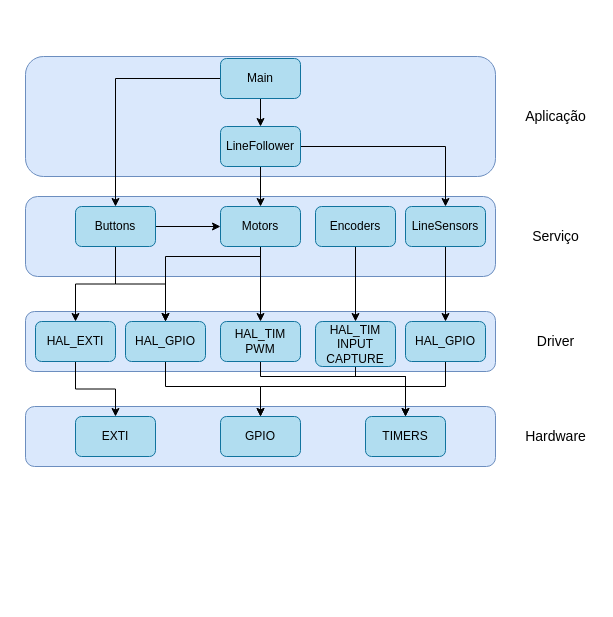
Above: Diagrama de Camadas.drawio in gabrielhaj/ES070 (draw.io), before the change. Source tidied: cells renumbered, new cells numbered last; positions are measured from the earlier drawing's top-left corner, leaving out a move shared by most shapes. Both pictures are drawn from the tidied source at 100%, with x=0, y=0 at pixel (25, 56).
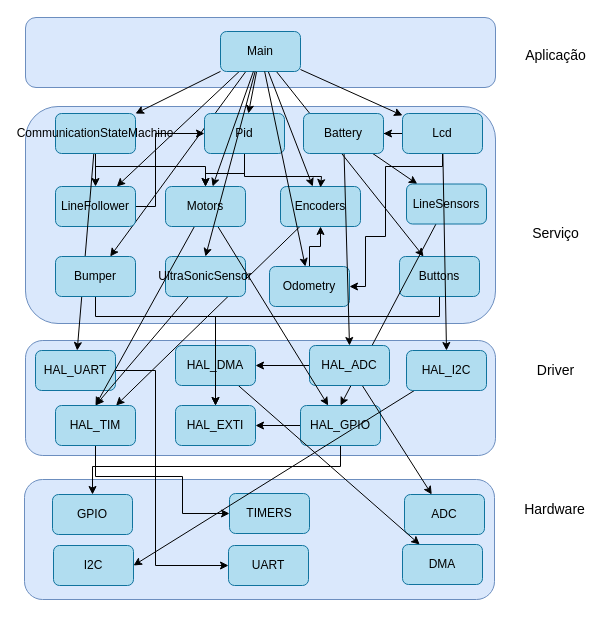
After the change.

Diff of the diagram source:
```diff
@@
     <mxCell id="2" style="group;" parent="1" vertex="1">
-      <mxGeometry y="350" width="570" height="60" as="geometry" />
+      <mxGeometry x="-1" y="423" width="570" height="120" as="geometry" />
     </mxCell>
@@
     <mxCell id="4" style="rounded=1;whiteSpace=wrap;html=1;fillColor=#dae8fc;strokeColor=#6c8ebf;" parent="2" vertex="1">
-      <mxGeometry width="470" height="60" as="geometry" />
+      <mxGeometry width="470" height="120" as="geometry" />
     </mxCell>
-    <mxCell id="5" value="EXTI" style="rounded=1;whiteSpace=wrap;html=1;fillColor=#b1ddf0;strokeColor=#10739e;" parent="2" vertex="1">
-      <mxGeometry x="50" y="10" width="80" height="40" as="geometry" />
-    </mxCell>
     <mxCell id="6" value="GPIO" style="rounded=1;whiteSpace=wrap;html=1;fillColor=#b1ddf0;strokeColor=#10739e;" parent="2" vertex="1">
-      <mxGeometry x="195" y="10" width="80" height="40" as="geometry" />
+      <mxGeometry x="28" y="15" width="80" height="40" as="geometry" />
     </mxCell>
-    <mxCell id="7" value="TIMERS" style="rounded=1;whiteSpace=wrap;html=1;fillColor=#b1ddf0;strokeColor=#10739e;" parent="2" vertex="1">
-      <mxGeometry x="340" y="10" width="80" height="40" as="geometry" />
-    </mxCell>
+    <mxCell id="41" value="I2C" style="rounded=1;whiteSpace=wrap;html=1;fillColor=#b1ddf0;strokeColor=#10739e;" parent="2" vertex="1">
+      <mxGeometry x="29" y="66" width="80" height="40" as="geometry" />
+    </mxCell>
+    <mxCell id="42" value="UART" style="rounded=1;whiteSpace=wrap;html=1;fillColor=#b1ddf0;strokeColor=#10739e;" parent="2" vertex="1">
+      <mxGeometry x="204" y="66" width="80" height="40" as="geometry" />
+    </mxCell>
+    <mxCell id="43" value="ADC" style="rounded=1;whiteSpace=wrap;html=1;fillColor=#b1ddf0;strokeColor=#10739e;" parent="2" vertex="1">
+      <mxGeometry x="380" y="15" width="80" height="40" as="geometry" />
+    </mxCell>
     <mxCell id="8" style="rounded=1;whiteSpace=wrap;html=1;fillColor=#dae8fc;strokeColor=#6c8ebf;" parent="1" vertex="1">
-      <mxGeometry y="140" width="470" height="80" as="geometry" />
+      <mxGeometry y="50" width="470" height="217" as="geometry" />
     </mxCell>
     <mxCell id="9" style="rounded=1;whiteSpace=wrap;html=1;fillColor=#dae8fc;strokeColor=#6c8ebf;" parent="1" vertex="1">
-      <mxGeometry width="470" height="120" as="geometry" />
+      <mxGeometry y="-39" width="470" height="70" as="geometry" />
     </mxCell>
     <mxCell id="10" style="rounded=1;whiteSpace=wrap;html=1;fillColor=#dae8fc;strokeColor=#6c8ebf;" parent="1" vertex="1">
-      <mxGeometry y="255" width="470" height="60" as="geometry" />
+      <mxGeometry y="284" width="470" height="115" as="geometry" />
     </mxCell>
     <mxCell id="11" value="&lt;font style=&quot;font-size: 14px;&quot;&gt;Aplicação&lt;/font&gt;" style="text;html=1;align=center;verticalAlign=middle;strokeColor=none;fillColor=none;" parent="1" vertex="1">
-      <mxGeometry x="490" y="45" width="80" height="30" as="geometry" />
+      <mxGeometry x="490" y="-16" width="80" height="30" as="geometry" />
     </mxCell>
     <mxCell id="12" value="&lt;font style=&quot;font-size: 14px;&quot;&gt;Driver&lt;/font&gt;" style="text;html=1;align=center;verticalAlign=middle;strokeColor=none;fillColor=none;" parent="1" vertex="1">
-      <mxGeometry x="500" y="270" width="60" height="30" as="geometry" />
+      <mxGeometry x="500" y="299" width="60" height="30" as="geometry" />
     </mxCell>
-    <mxCell id="13" style="edgeStyle=orthogonalEdgeStyle;rounded=0;jettySize=auto;html=1;" parent="1" edge="1" source="15" target="18">
-      <mxGeometry relative="1" as="geometry">
-        <Array as="points">
-          <mxPoint x="235" y="70" />
-          <mxPoint x="235" y="70" />
-        </Array>
-      </mxGeometry>
+    <mxCell id="13" style="rounded=0;jettySize=auto;html=1;" parent="1" edge="1" source="15" target="18">
+      <mxGeometry relative="1" as="geometry" />
     </mxCell>
+    <mxCell id="44" style="rounded=0;jettySize=auto;html=1;" parent="1" edge="1" source="15" target="77">
+      <mxGeometry relative="1" as="geometry" />
+    </mxCell>
-    <mxCell id="14" style="edgeStyle=orthogonalEdgeStyle;rounded=0;jettySize=auto;html=1;entryX=0.5;entryY=0;entryDx=0;entryDy=0;" parent="1" edge="1" source="15" target="26">
+    <mxCell id="14" style="rounded=0;jettySize=auto;html=1;" parent="1" edge="1" source="15" target="26">
       <mxGeometry relative="1" as="geometry" />
     </mxCell>
+    <mxCell id="45" style="rounded=0;jettySize=auto;html=1;" parent="1" edge="1" source="82" target="28">
+      <mxGeometry relative="1" as="geometry" />
+    </mxCell>
+    <mxCell id="46" style="rounded=0;jettySize=auto;html=1;" parent="1" edge="1" source="15" target="71">
+      <mxGeometry relative="1" as="geometry" />
+    </mxCell>
+    <mxCell id="47" style="rounded=0;jettySize=auto;html=1;" parent="1" edge="1" source="15" target="30">
+      <mxGeometry relative="1" as="geometry" />
+    </mxCell>
+    <mxCell id="48" style="rounded=0;jettySize=auto;html=1;" parent="1" edge="1" source="15" target="79">
+      <mxGeometry relative="1" as="geometry" />
+    </mxCell>
+    <mxCell id="49" style="rounded=0;jettySize=auto;html=1;" parent="1" edge="1" source="15" target="66">
+      <mxGeometry relative="1" as="geometry" />
+    </mxCell>
     <mxCell id="15" value="Main" style="rounded=1;whiteSpace=wrap;html=1;fillColor=#b1ddf0;strokeColor=#10739e;" parent="1" vertex="1">
-      <mxGeometry x="195" y="2" width="80" height="40" as="geometry" />
+      <mxGeometry x="195" y="-25" width="80" height="40" as="geometry" />
     </mxCell>
-    <mxCell id="16" style="edgeStyle=orthogonalEdgeStyle;rounded=0;jettySize=auto;html=1;entryX=0.5;entryY=0;entryDx=0;entryDy=0;" parent="1" edge="1" source="18" target="22">
-      <mxGeometry relative="1" as="geometry">
-        <Array as="points">
-          <mxPoint x="235" y="90" />
-        </Array>
-      </mxGeometry>
-    </mxCell>
-    <mxCell id="17" style="edgeStyle=orthogonalEdgeStyle;rounded=0;jettySize=auto;html=1;" parent="1" edge="1" source="18" target="28">
-      <mxGeometry relative="1" as="geometry" />
-    </mxCell>
+    <mxCell id="50" style="edgeStyle=orthogonalEdgeStyle;rounded=0;jettySize=auto;html=1;entryX=0;entryY=0.5;entryDx=0;entryDy=0;" parent="1" edge="1" source="18" target="71">
+      <mxGeometry relative="1" as="geometry">
+        <Array as="points">
+          <mxPoint x="130" y="150" />
+          <mxPoint x="130" y="77" />
+        </Array>
+      </mxGeometry>
+    </mxCell>
     <mxCell id="18" value="LineFollower" style="rounded=1;whiteSpace=wrap;html=1;fillColor=#b1ddf0;strokeColor=#10739e;" parent="1" vertex="1">
-      <mxGeometry x="195" y="70" width="80" height="40" as="geometry" />
+      <mxGeometry x="30" y="130" width="80" height="40" as="geometry" />
     </mxCell>
     <mxCell id="19" value="&lt;font style=&quot;font-size: 14px;&quot;&gt;Serviço&lt;/font&gt;" style="text;html=1;align=center;verticalAlign=middle;strokeColor=none;fillColor=none;" parent="1" vertex="1">
-      <mxGeometry x="495" y="165" width="70" height="30" as="geometry" />
+      <mxGeometry x="495" y="162" width="70" height="30" as="geometry" />
     </mxCell>
-    <mxCell id="20" style="edgeStyle=orthogonalEdgeStyle;rounded=0;jettySize=auto;html=1;entryX=0.5;entryY=0;entryDx=0;entryDy=0;" parent="1" edge="1" source="22" target="34">
-      <mxGeometry relative="1" as="geometry" />
-    </mxCell>
-    <mxCell id="21" style="edgeStyle=orthogonalEdgeStyle;rounded=0;jettySize=auto;html=1;entryX=0.5;entryY=0;entryDx=0;entryDy=0;" parent="1" edge="1" source="22" target="32">
-      <mxGeometry relative="1" as="geometry">
-        <Array as="points">
-          <mxPoint x="235" y="200" />
-          <mxPoint x="140" y="200" />
-        </Array>
-      </mxGeometry>
-    </mxCell>
-    <mxCell id="22" value="Motors" style="rounded=1;whiteSpace=wrap;html=1;fillColor=#b1ddf0;strokeColor=#10739e;" parent="1" vertex="1">
-      <mxGeometry x="195" y="150" width="80" height="40" as="geometry" />
-    </mxCell>
-    <mxCell id="23" style="edgeStyle=orthogonalEdgeStyle;rounded=0;jettySize=auto;html=1;entryX=0;entryY=0.5;entryDx=0;entryDy=0;" parent="1" edge="1" source="26" target="22">
-      <mxGeometry relative="1" as="geometry" />
-    </mxCell>
-    <mxCell id="24" style="edgeStyle=orthogonalEdgeStyle;rounded=0;jettySize=auto;html=1;" parent="1" edge="1" source="26" target="40">
-      <mxGeometry relative="1" as="geometry" />
+    <mxCell id="24" style="edgeStyle=orthogonalEdgeStyle;rounded=0;jettySize=auto;html=1;entryX=0.5;entryY=0;entryDx=0;entryDy=0;" parent="1" edge="1" source="26" target="40">
+      <mxGeometry relative="1" as="geometry">
+        <Array as="points">
+          <mxPoint x="414" y="260" />
+          <mxPoint x="190" y="260" />
+        </Array>
+      </mxGeometry>
     </mxCell>
-    <mxCell id="25" style="edgeStyle=orthogonalEdgeStyle;rounded=0;jettySize=auto;html=1;entryX=0.5;entryY=0;entryDx=0;entryDy=0;" parent="1" edge="1" source="26" target="32">
-      <mxGeometry relative="1" as="geometry" />
-    </mxCell>
     <mxCell id="26" value="Buttons" style="rounded=1;whiteSpace=wrap;html=1;fillColor=#b1ddf0;strokeColor=#10739e;" parent="1" vertex="1">
-      <mxGeometry x="50" y="150" width="80" height="40" as="geometry" />
+      <mxGeometry x="374" y="200" width="80" height="40" as="geometry" />
     </mxCell>
-    <mxCell id="27" style="edgeStyle=orthogonalEdgeStyle;rounded=0;jettySize=auto;html=1;entryX=0.5;entryY=0;entryDx=0;entryDy=0;" parent="1" edge="1" source="28" target="38">
-      <mxGeometry relative="1" as="geometry" />
-    </mxCell>
+    <mxCell id="51" style="rounded=0;jettySize=auto;html=1;entryX=0.5;entryY=0;entryDx=0;entryDy=0;" parent="1" edge="1" source="28" target="32">
+      <mxGeometry relative="1" as="geometry" />
+    </mxCell>
     <mxCell id="28" value="LineSensors" style="rounded=1;whiteSpace=wrap;html=1;fillColor=#b1ddf0;strokeColor=#10739e;" parent="1" vertex="1">
-      <mxGeometry x="380" y="150" width="80" height="40" as="geometry" />
+      <mxGeometry x="381" y="127.5" width="80" height="40" as="geometry" />
     </mxCell>
-    <mxCell id="29" style="edgeStyle=orthogonalEdgeStyle;rounded=0;jettySize=auto;html=1;entryX=0.5;entryY=0;entryDx=0;entryDy=0;" parent="1" edge="1" source="30" target="36">
-      <mxGeometry relative="1" as="geometry" />
-    </mxCell>
+    <mxCell id="52" style="rounded=0;jettySize=auto;html=1;" parent="1" edge="1" source="30" target="34">
+      <mxGeometry relative="1" as="geometry" />
+    </mxCell>
     <mxCell id="30" value="Encoders" style="rounded=1;whiteSpace=wrap;html=1;fillColor=#b1ddf0;strokeColor=#10739e;" parent="1" vertex="1">
-      <mxGeometry x="290" y="150" width="80" height="40" as="geometry" />
+      <mxGeometry x="255" y="130" width="80" height="40" as="geometry" />
     </mxCell>
+    <mxCell id="53" style="edgeStyle=orthogonalEdgeStyle;rounded=0;jettySize=auto;html=1;" parent="1" edge="1" source="32" target="40">
+      <mxGeometry relative="1" as="geometry" />
+    </mxCell>
     <mxCell id="31" style="edgeStyle=orthogonalEdgeStyle;rounded=0;jettySize=auto;html=1;" parent="1" edge="1" source="32" target="6">
       <mxGeometry relative="1" as="geometry">
         <Array as="points">
-          <mxPoint x="140" y="330" />
-          <mxPoint x="235" y="330" />
+          <mxPoint x="315" y="410" />
+          <mxPoint x="67" y="410" />
         </Array>
       </mxGeometry>
     </mxCell>
     <mxCell id="32" value="HAL_GPIO" style="rounded=1;whiteSpace=wrap;html=1;fillColor=#b1ddf0;strokeColor=#10739e;" parent="1" vertex="1">
-      <mxGeometry x="100" y="265" width="80" height="40" as="geometry" />
+      <mxGeometry x="275" y="349" width="80" height="40" as="geometry" />
     </mxCell>
-    <mxCell id="33" style="edgeStyle=orthogonalEdgeStyle;rounded=0;jettySize=auto;html=1;entryX=0.5;entryY=0;entryDx=0;entryDy=0;" parent="1" edge="1" source="34" target="7">
+    <mxCell id="33" style="edgeStyle=orthogonalEdgeStyle;rounded=0;jettySize=auto;html=1;entryX=0;entryY=0.5;entryDx=0;entryDy=0;" parent="1" edge="1" source="34" target="7">
       <mxGeometry relative="1" as="geometry">
         <Array as="points">
-          <mxPoint x="235" y="320" />
-          <mxPoint x="380" y="320" />
+          <mxPoint x="70" y="420" />
+          <mxPoint x="157" y="420" />
+          <mxPoint x="157" y="457" />
         </Array>
       </mxGeometry>
     </mxCell>
-    <mxCell id="34" value="&lt;div&gt;HAL_TIM&lt;/div&gt;&lt;div&gt;PWM&lt;/div&gt;" style="rounded=1;whiteSpace=wrap;html=1;fillColor=#b1ddf0;strokeColor=#10739e;" parent="1" vertex="1">
-      <mxGeometry x="195" y="265" width="80" height="40" as="geometry" />
+    <mxCell id="34" value="HAL_TIM" style="rounded=1;whiteSpace=wrap;html=1;fillColor=#b1ddf0;strokeColor=#10739e;" parent="1" vertex="1">
+      <mxGeometry x="30" y="349" width="80" height="40" as="geometry" />
     </mxCell>
-    <mxCell id="35" style="edgeStyle=orthogonalEdgeStyle;rounded=0;jettySize=auto;html=1;entryX=0.5;entryY=0;entryDx=0;entryDy=0;" parent="1" edge="1" source="36" target="7">
-      <mxGeometry relative="1" as="geometry">
-        <Array as="points">
-          <mxPoint x="330" y="320" />
-          <mxPoint x="380" y="320" />
-        </Array>
-      </mxGeometry>
-    </mxCell>
-    <mxCell id="36" value="&lt;div&gt;HAL_TIM&lt;/div&gt;&lt;div&gt;INPUT CAPTURE&lt;br&gt;&lt;/div&gt;" style="rounded=1;whiteSpace=wrap;html=1;fillColor=#b1ddf0;strokeColor=#10739e;" parent="1" vertex="1">
-      <mxGeometry x="290" y="265" width="80" height="45" as="geometry" />
-    </mxCell>
-    <mxCell id="37" style="edgeStyle=orthogonalEdgeStyle;rounded=0;jettySize=auto;html=1;" parent="1" edge="1" source="38" target="6">
-      <mxGeometry relative="1" as="geometry">
-        <Array as="points">
-          <mxPoint x="420" y="330" />
-          <mxPoint x="235" y="330" />
-        </Array>
-      </mxGeometry>
-    </mxCell>
+    <mxCell id="54" style="edgeStyle=orthogonalEdgeStyle;rounded=0;jettySize=auto;html=1;" parent="1" edge="1" source="38" target="58">
+      <mxGeometry relative="1" as="geometry" />
+    </mxCell>
+    <mxCell id="55" style="rounded=0;jettySize=auto;html=1;" parent="1" edge="1" source="38" target="43">
+      <mxGeometry relative="1" as="geometry" />
+    </mxCell>
-    <mxCell id="38" value="HAL_GPIO" style="rounded=1;whiteSpace=wrap;html=1;fillColor=#b1ddf0;strokeColor=#10739e;" parent="1" vertex="1">
-      <mxGeometry x="380" y="265" width="80" height="40" as="geometry" />
+    <mxCell id="38" value="HAL_ADC" style="rounded=1;whiteSpace=wrap;html=1;fillColor=#b1ddf0;strokeColor=#10739e;" parent="1" vertex="1">
+      <mxGeometry x="284" y="289" width="80" height="40" as="geometry" />
     </mxCell>
-    <mxCell id="39" style="edgeStyle=orthogonalEdgeStyle;rounded=0;jettySize=auto;html=1;entryX=0.5;entryY=0;entryDx=0;entryDy=0;" parent="1" edge="1" source="40" target="5">
-      <mxGeometry relative="1" as="geometry" />
-    </mxCell>
+    <mxCell id="56" value="DMA" style="rounded=1;whiteSpace=wrap;html=1;fillColor=#b1ddf0;strokeColor=#10739e;" parent="1" vertex="1">
+      <mxGeometry x="377" y="488" width="80" height="40" as="geometry" />
+    </mxCell>
     <mxCell id="40" value="HAL_EXTI" style="rounded=1;whiteSpace=wrap;html=1;fillColor=#b1ddf0;strokeColor=#10739e;" parent="1" vertex="1">
-      <mxGeometry x="10" y="265" width="80" height="40" as="geometry" />
+      <mxGeometry x="150" y="349" width="80" height="40" as="geometry" />
     </mxCell>
+    <mxCell id="7" value="TIMERS" style="rounded=1;whiteSpace=wrap;html=1;fillColor=#b1ddf0;strokeColor=#10739e;" parent="1" vertex="1">
+      <mxGeometry x="204" y="437" width="80" height="40" as="geometry" />
+    </mxCell>
+    <mxCell id="57" style="rounded=0;jettySize=auto;html=1;" parent="1" edge="1" source="58" target="56">
+      <mxGeometry relative="1" as="geometry" />
+    </mxCell>
+    <mxCell id="58" value="HAL_DMA" style="rounded=1;whiteSpace=wrap;html=1;fillColor=#b1ddf0;strokeColor=#10739e;" parent="1" vertex="1">
+      <mxGeometry x="150" y="289" width="80" height="40" as="geometry" />
+    </mxCell>
+    <mxCell id="59" style="rounded=0;jettySize=auto;html=1;entryX=1;entryY=0.5;entryDx=0;entryDy=0;" parent="1" edge="1" source="60" target="41">
+      <mxGeometry relative="1" as="geometry" />
+    </mxCell>
+    <mxCell id="60" value="HAL_I2C" style="rounded=1;whiteSpace=wrap;html=1;fillColor=#b1ddf0;strokeColor=#10739e;" parent="1" vertex="1">
+      <mxGeometry x="381" y="294" width="80" height="40" as="geometry" />
+    </mxCell>
+    <mxCell id="61" style="edgeStyle=orthogonalEdgeStyle;rounded=0;jettySize=auto;html=1;entryX=0;entryY=0.5;entryDx=0;entryDy=0;" parent="1" edge="1" source="62" target="42">
+      <mxGeometry relative="1" as="geometry">
+        <Array as="points">
+          <mxPoint x="130" y="314" />
+          <mxPoint x="130" y="509" />
+        </Array>
+      </mxGeometry>
+    </mxCell>
+    <mxCell id="62" value="&lt;div&gt;HAL_UART&lt;/div&gt;" style="rounded=1;whiteSpace=wrap;html=1;fillColor=#b1ddf0;strokeColor=#10739e;" parent="1" vertex="1">
+      <mxGeometry x="10" y="294" width="80" height="40" as="geometry" />
+    </mxCell>
+    <mxCell id="63" style="edgeStyle=orthogonalEdgeStyle;rounded=0;jettySize=auto;html=1;entryX=1;entryY=0.5;entryDx=0;entryDy=0;" parent="1" edge="1" source="66" target="68">
+      <mxGeometry relative="1" as="geometry">
+        <Array as="points">
+          <mxPoint x="417" y="110" />
+          <mxPoint x="360" y="110" />
+          <mxPoint x="360" y="180" />
+          <mxPoint x="340" y="180" />
+          <mxPoint x="340" y="230" />
+        </Array>
+      </mxGeometry>
+    </mxCell>
+    <mxCell id="64" style="edgeStyle=orthogonalEdgeStyle;rounded=0;jettySize=auto;html=1;entryX=1;entryY=0.5;entryDx=0;entryDy=0;" parent="1" edge="1" source="66" target="82">
+      <mxGeometry relative="1" as="geometry" />
+    </mxCell>
+    <mxCell id="65" style="rounded=0;jettySize=auto;html=1;entryX=0.5;entryY=0;entryDx=0;entryDy=0;" parent="1" edge="1" source="66" target="60">
+      <mxGeometry relative="1" as="geometry" />
+    </mxCell>
+    <mxCell id="66" value="Lcd" style="rounded=1;whiteSpace=wrap;html=1;fillColor=#b1ddf0;strokeColor=#10739e;" parent="1" vertex="1">
+      <mxGeometry x="377" y="57" width="80" height="40" as="geometry" />
+    </mxCell>
+    <mxCell id="67" style="edgeStyle=orthogonalEdgeStyle;rounded=0;jettySize=auto;html=1;entryX=0.5;entryY=1;entryDx=0;entryDy=0;" parent="1" edge="1" source="68" target="30">
+      <mxGeometry relative="1" as="geometry" />
+    </mxCell>
+    <mxCell id="68" value="Odometry" style="rounded=1;whiteSpace=wrap;html=1;fillColor=#b1ddf0;strokeColor=#10739e;" parent="1" vertex="1">
+      <mxGeometry x="244" y="210" width="80" height="40" as="geometry" />
+    </mxCell>
+    <mxCell id="69" style="edgeStyle=orthogonalEdgeStyle;rounded=0;jettySize=auto;html=1;" parent="1" edge="1" source="71" target="22">
+      <mxGeometry relative="1" as="geometry" />
+    </mxCell>
+    <mxCell id="70" style="edgeStyle=orthogonalEdgeStyle;rounded=0;orthogonalLoop=1;jettySize=auto;html=1;entryX=0.5;entryY=0;entryDx=0;entryDy=0;" parent="1" edge="1">
+      <mxGeometry relative="1" as="geometry">
+        <mxPoint x="219" y="98" as="sourcePoint" />
+        <mxPoint x="295" y="131" as="targetPoint" />
+        <Array as="points">
+          <mxPoint x="219" y="120" />
+          <mxPoint x="296" y="120" />
+          <mxPoint x="296" y="131" />
+        </Array>
+      </mxGeometry>
+    </mxCell>
+    <mxCell id="71" value="Pid" style="rounded=1;whiteSpace=wrap;html=1;fillColor=#b1ddf0;strokeColor=#10739e;" parent="1" vertex="1">
+      <mxGeometry x="179" y="57" width="80" height="40" as="geometry" />
+    </mxCell>
+    <mxCell id="72" style="rounded=0;jettySize=auto;html=1;entryX=0.5;entryY=0;entryDx=0;entryDy=0;" parent="1" edge="1" source="73" target="34">
+      <mxGeometry relative="1" as="geometry" />
+    </mxCell>
+    <mxCell id="73" value="UltraSonicSensor" style="rounded=1;whiteSpace=wrap;html=1;fillColor=#b1ddf0;strokeColor=#10739e;" parent="1" vertex="1">
+      <mxGeometry x="140" y="200" width="80" height="40" as="geometry" />
+    </mxCell>
+    <mxCell id="74" style="edgeStyle=orthogonalEdgeStyle;rounded=0;jettySize=auto;html=1;entryX=0.5;entryY=0;entryDx=0;entryDy=0;" parent="1" edge="1" source="77" target="18">
+      <mxGeometry relative="1" as="geometry" />
+    </mxCell>
+    <mxCell id="75" style="edgeStyle=orthogonalEdgeStyle;rounded=0;jettySize=auto;html=1;entryX=0.5;entryY=0;entryDx=0;entryDy=0;" parent="1" edge="1" source="77" target="22">
+      <mxGeometry relative="1" as="geometry">
+        <Array as="points">
+          <mxPoint x="70" y="110" />
+          <mxPoint x="180" y="110" />
+        </Array>
+      </mxGeometry>
+    </mxCell>
+    <mxCell id="76" style="rounded=0;jettySize=auto;html=1;" parent="1" edge="1" source="77" target="62">
+      <mxGeometry relative="1" as="geometry" />
+    </mxCell>
+    <mxCell id="77" value="&lt;div&gt;CommunicationStateMachine&lt;/div&gt;" style="rounded=1;whiteSpace=wrap;html=1;fillColor=#b1ddf0;strokeColor=#10739e;" parent="1" vertex="1">
+      <mxGeometry x="30" y="57" width="80" height="40" as="geometry" />
+    </mxCell>
+    <mxCell id="78" style="edgeStyle=orthogonalEdgeStyle;rounded=0;jettySize=auto;html=1;entryX=0.5;entryY=0;entryDx=0;entryDy=0;" parent="1" edge="1" source="79" target="40">
+      <mxGeometry relative="1" as="geometry">
+        <Array as="points">
+          <mxPoint x="70" y="260" />
+          <mxPoint x="190" y="260" />
+        </Array>
+      </mxGeometry>
+    </mxCell>
+    <mxCell id="79" value="Bumper" style="rounded=1;whiteSpace=wrap;html=1;fillColor=#b1ddf0;strokeColor=#10739e;" parent="1" vertex="1">
+      <mxGeometry x="30" y="200" width="80" height="40" as="geometry" />
+    </mxCell>
+    <mxCell id="80" style="rounded=0;jettySize=auto;html=1;" parent="1" edge="1" source="15" target="22">
+      <mxGeometry relative="1" as="geometry" />
+    </mxCell>
+    <mxCell id="20" style="rounded=0;jettySize=auto;html=1;entryX=0.5;entryY=0;entryDx=0;entryDy=0;" parent="1" edge="1" source="22" target="34">
+      <mxGeometry relative="1" as="geometry" />
+    </mxCell>
+    <mxCell id="21" style="rounded=0;jettySize=auto;html=1;" parent="1" edge="1" source="22" target="32">
+      <mxGeometry relative="1" as="geometry" />
+    </mxCell>
+    <mxCell id="22" value="Motors" style="rounded=1;whiteSpace=wrap;html=1;fillColor=#b1ddf0;strokeColor=#10739e;" parent="1" vertex="1">
+      <mxGeometry x="140" y="130" width="80" height="40" as="geometry" />
+    </mxCell>
+    <mxCell id="81" style="rounded=0;jettySize=auto;html=1;entryX=0.5;entryY=0;entryDx=0;entryDy=0;" parent="1" edge="1" source="82" target="38">
+      <mxGeometry relative="1" as="geometry" />
+    </mxCell>
+    <mxCell id="82" value="Battery" style="rounded=1;whiteSpace=wrap;html=1;fillColor=#b1ddf0;strokeColor=#10739e;" parent="1" vertex="1">
+      <mxGeometry x="278" y="57" width="80" height="40" as="geometry" />
+    </mxCell>
+    <mxCell id="83" style="rounded=0;jettySize=auto;html=1;entryX=0.5;entryY=0;entryDx=0;entryDy=0;" parent="1" edge="1" source="15" target="73">
+      <mxGeometry relative="1" as="geometry" />
+    </mxCell>
+    <mxCell id="84" style="rounded=0;jettySize=auto;html=1;" parent="1" edge="1" source="15" target="68">
+      <mxGeometry relative="1" as="geometry" />
+    </mxCell>
```
